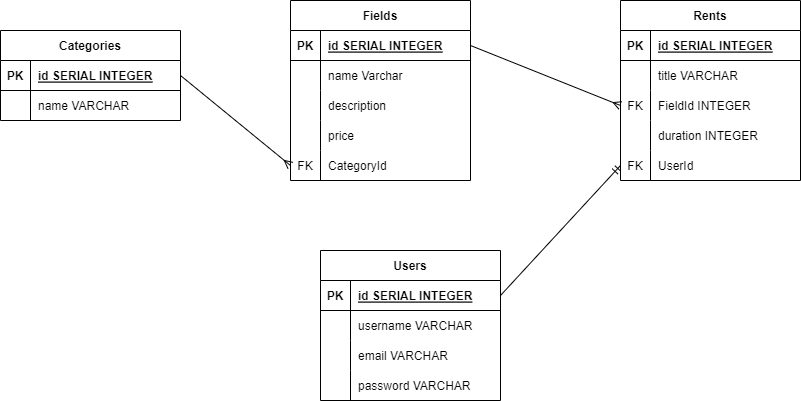
H8-FSJS-P2S5/IP-HCK69 keeps this draw.io diagram as server/erd.drawio.png. Above is the earlier version. Source tidied: cells renumbered, new cells last; positions are measured from the earlier drawing's top-left corner, leaving out a move shared by most shapes.
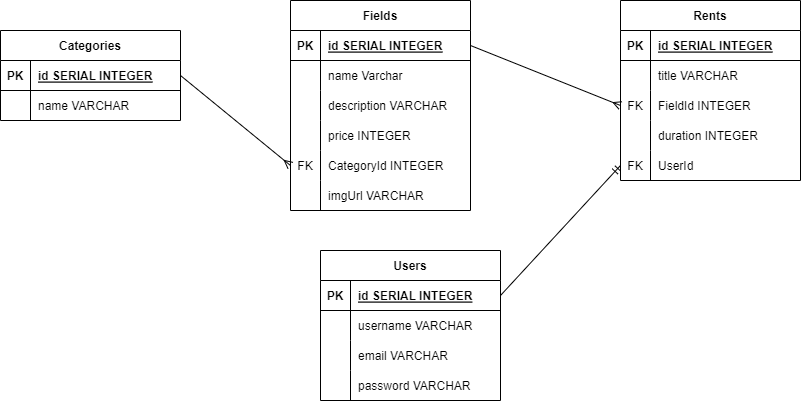
The same diagram one commit later.

The edit, as a diff of the source:
```diff
@@ -24,7 +24,7 @@
       <mxGeometry x="30" width="150" height="30" as="geometry" />
     </mxCell>
     <mxCell id="9" value="Fields" style="shape=table;startSize=30;rowLines=0;fontStyle=1;align=center;" parent="1" vertex="1">
-      <mxGeometry x="290" width="180" height="180" as="geometry" />
+      <mxGeometry x="290" width="180" height="210" as="geometry" />
     </mxCell>
     <mxCell id="10" style="shape=tableRow;horizontal=0;startSize=0;swimlaneHead=0;swimlaneBody=0;fillColor=none;points=[[0,0.5],[1,0.5]];portConstraint=eastwest;top=0;left=0;right=0;bottom=1;" parent="9" vertex="1">
       <mxGeometry y="30" width="180" height="30" as="geometry" />
@@ -50,7 +50,7 @@
     <mxCell id="17" style="shape=partialRectangle;fillColor=none;top=0;left=0;bottom=0;right=0;overflow=hidden;" parent="16" vertex="1">
       <mxGeometry width="30" height="30" as="geometry" />
     </mxCell>
-    <mxCell id="18" value="description " style="shape=partialRectangle;fillColor=none;top=0;left=0;bottom=0;right=0;align=left;spacingLeft=6;overflow=hidden;" parent="16" vertex="1">
+    <mxCell id="18" value="description VARCHAR" style="shape=partialRectangle;fillColor=none;top=0;left=0;bottom=0;right=0;align=left;spacingLeft=6;overflow=hidden;" parent="16" vertex="1">
       <mxGeometry x="30" width="150" height="30" as="geometry" />
     </mxCell>
     <mxCell id="19" style="shape=tableRow;horizontal=0;startSize=0;swimlaneHead=0;swimlaneBody=0;fillColor=none;top=0;left=0;right=0;bottom=0;" parent="9" vertex="1">
@@ -59,7 +59,7 @@
     <mxCell id="20" style="shape=partialRectangle;fillColor=none;top=0;left=0;bottom=0;right=0;overflow=hidden;" parent="19" vertex="1">
       <mxGeometry width="30" height="30" as="geometry" />
     </mxCell>
-    <mxCell id="21" value="price" style="shape=partialRectangle;fillColor=none;top=0;left=0;bottom=0;right=0;align=left;spacingLeft=6;overflow=hidden;" parent="19" vertex="1">
+    <mxCell id="21" value="price INTEGER" style="shape=partialRectangle;fillColor=none;top=0;left=0;bottom=0;right=0;align=left;spacingLeft=6;overflow=hidden;" parent="19" vertex="1">
       <mxGeometry x="30" width="150" height="30" as="geometry" />
     </mxCell>
     <mxCell id="22" style="shape=tableRow;horizontal=0;startSize=0;swimlaneHead=0;swimlaneBody=0;fillColor=none;points=[[0,0.5],[1,0.5]];portConstraint=eastwest;top=0;left=0;right=0;bottom=0;" parent="9" vertex="1">
@@ -68,9 +68,18 @@
     <mxCell id="23" value="FK" style="shape=partialRectangle;fillColor=none;top=0;left=0;bottom=0;right=0;overflow=hidden;" parent="22" vertex="1">
       <mxGeometry width="30" height="30" as="geometry" />
     </mxCell>
-    <mxCell id="24" value="CategoryId" style="shape=partialRectangle;fillColor=none;top=0;left=0;bottom=0;right=0;align=left;spacingLeft=6;overflow=hidden;" parent="22" vertex="1">
+    <mxCell id="24" value="CategoryId INTEGER" style="shape=partialRectangle;fillColor=none;top=0;left=0;bottom=0;right=0;align=left;spacingLeft=6;overflow=hidden;" parent="22" vertex="1">
       <mxGeometry x="30" width="150" height="30" as="geometry" />
     </mxCell>
+    <mxCell id="57" style="shape=tableRow;horizontal=0;startSize=0;swimlaneHead=0;swimlaneBody=0;fillColor=none;top=0;left=0;right=0;bottom=0;" parent="9" vertex="1">
+      <mxGeometry y="180" width="180" height="30" as="geometry" />
+    </mxCell>
+    <mxCell id="58" style="shape=partialRectangle;fillColor=none;top=0;left=0;bottom=0;right=0;overflow=hidden;" parent="57" vertex="1">
+      <mxGeometry width="30" height="30" as="geometry" />
+    </mxCell>
+    <mxCell id="59" value="imgUrl VARCHAR" style="shape=partialRectangle;fillColor=none;top=0;left=0;bottom=0;right=0;align=left;spacingLeft=6;overflow=hidden;" parent="57" vertex="1">
+      <mxGeometry x="30" width="150" height="30" as="geometry" />
+    </mxCell>
     <mxCell id="25" value="Rents" style="shape=table;startSize=30;rowLines=0;fontStyle=1;align=center;" parent="1" vertex="1">
       <mxGeometry x="620" width="180" height="180" as="geometry" />
     </mxCell>
```
